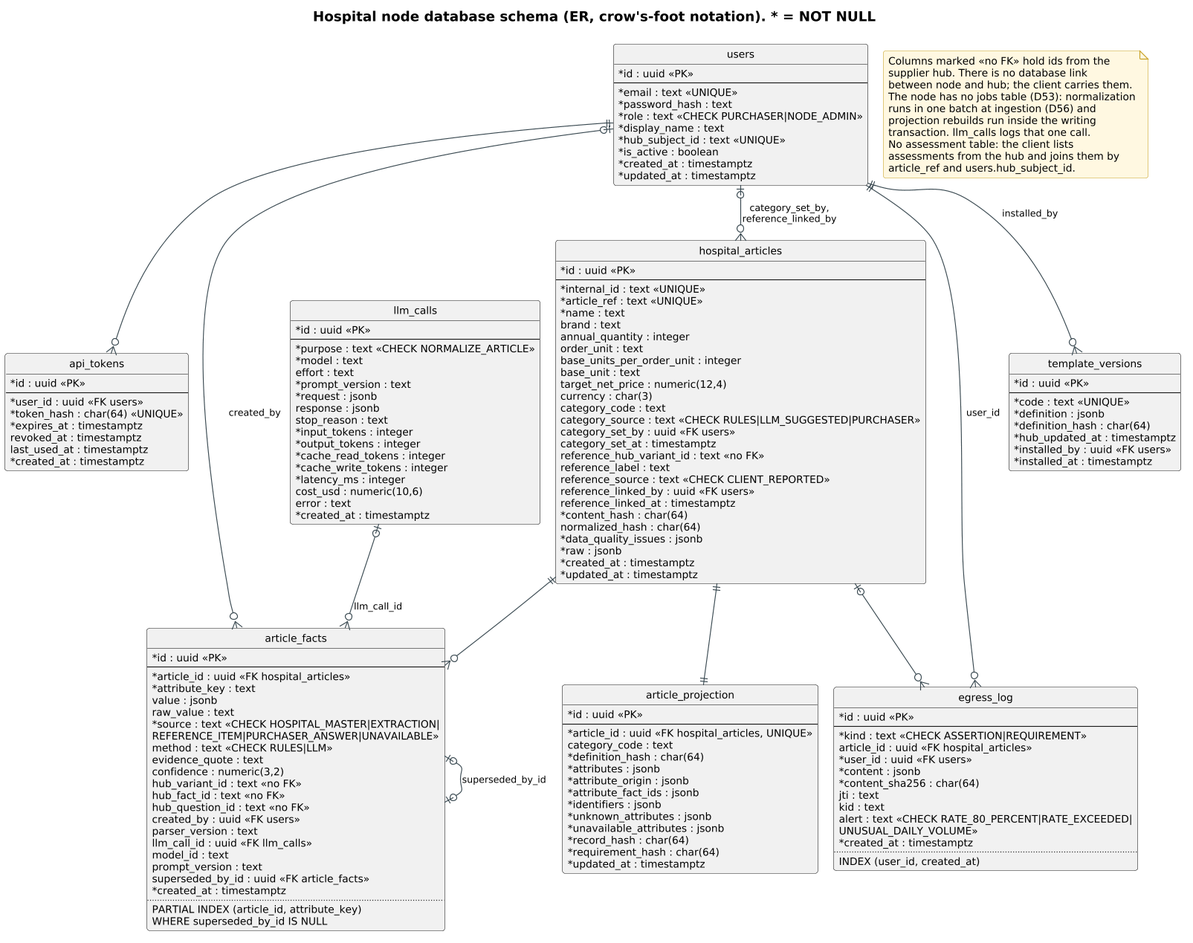
The PlantUML diagram charts/png/07a_node_database_er.png in RatlingHitman136/sanovio-test, before a commit.
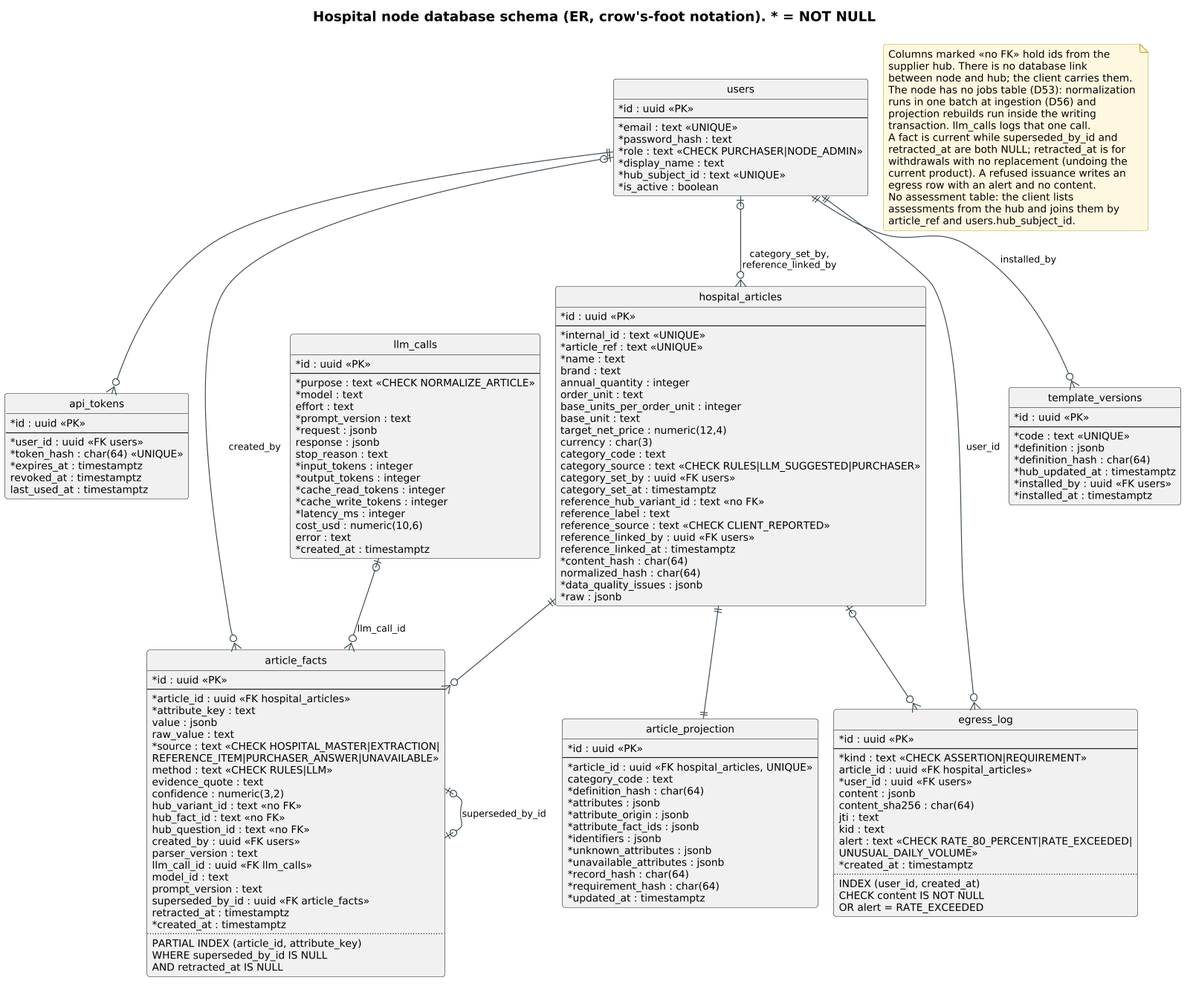
The same file after the commit.

What changed in the source:
```diff
@@ -14,8 +14,6 @@
   * display_name : text
   * hub_subject_id : text <<UNIQUE>>
   * is_active : boolean
-  * created_at : timestamptz
-  * updated_at : timestamptz
 }
 
 entity api_tokens {
@@ -26,7 +24,6 @@
   * expires_at : timestamptz
   revoked_at : timestamptz
   last_used_at : timestamptz
-  * created_at : timestamptz
 }
 
 entity hospital_articles {
@@ -55,8 +52,6 @@
   normalized_hash : char(64)
   * data_quality_issues : jsonb
   * raw : jsonb
-  * created_at : timestamptz
-  * updated_at : timestamptz
 }
 
 entity article_facts {
@@ -79,10 +74,12 @@
   model_id : text
   prompt_version : text
   superseded_by_id : uuid <<FK article_facts>>
+  retracted_at : timestamptz
   * created_at : timestamptz
   ..
   PARTIAL INDEX (article_id, attribute_key)
     WHERE superseded_by_id IS NULL
+      AND retracted_at IS NULL
 }
 
 entity article_projection {
@@ -108,14 +105,16 @@
   * kind : text <<CHECK ASSERTION|REQUIREMENT>>
   article_id : uuid <<FK hospital_articles>>
   * user_id : uuid <<FK users>>
-  * content : jsonb
-  * content_sha256 : char(64)
+  content : jsonb
+  content_sha256 : char(64)
   jti : text
   kid : text
   alert : text <<CHECK RATE_80_PERCENT|RATE_EXCEEDED|\nUNUSUAL_DAILY_VOLUME>>
   * created_at : timestamptz
   ..
   INDEX (user_id, created_at)
+  CHECK content IS NOT NULL
+    OR alert = RATE_EXCEEDED
 }
 
 entity llm_calls {
@@ -168,6 +167,11 @@
   runs in one batch at ingestion (D56) and
   projection rebuilds run inside the writing
   transaction. llm_calls logs that one call.
+  A fact is current while superseded_by_id and
+  retracted_at are both NULL; retracted_at is for
+  withdrawals with no replacement (undoing the
+  current product). A refused issuance writes an
+  egress row with an alert and no content.
   No assessment table: the client lists
   assessments from the hub and joins them by
   article_ref and users.hub_subject_id.
```
